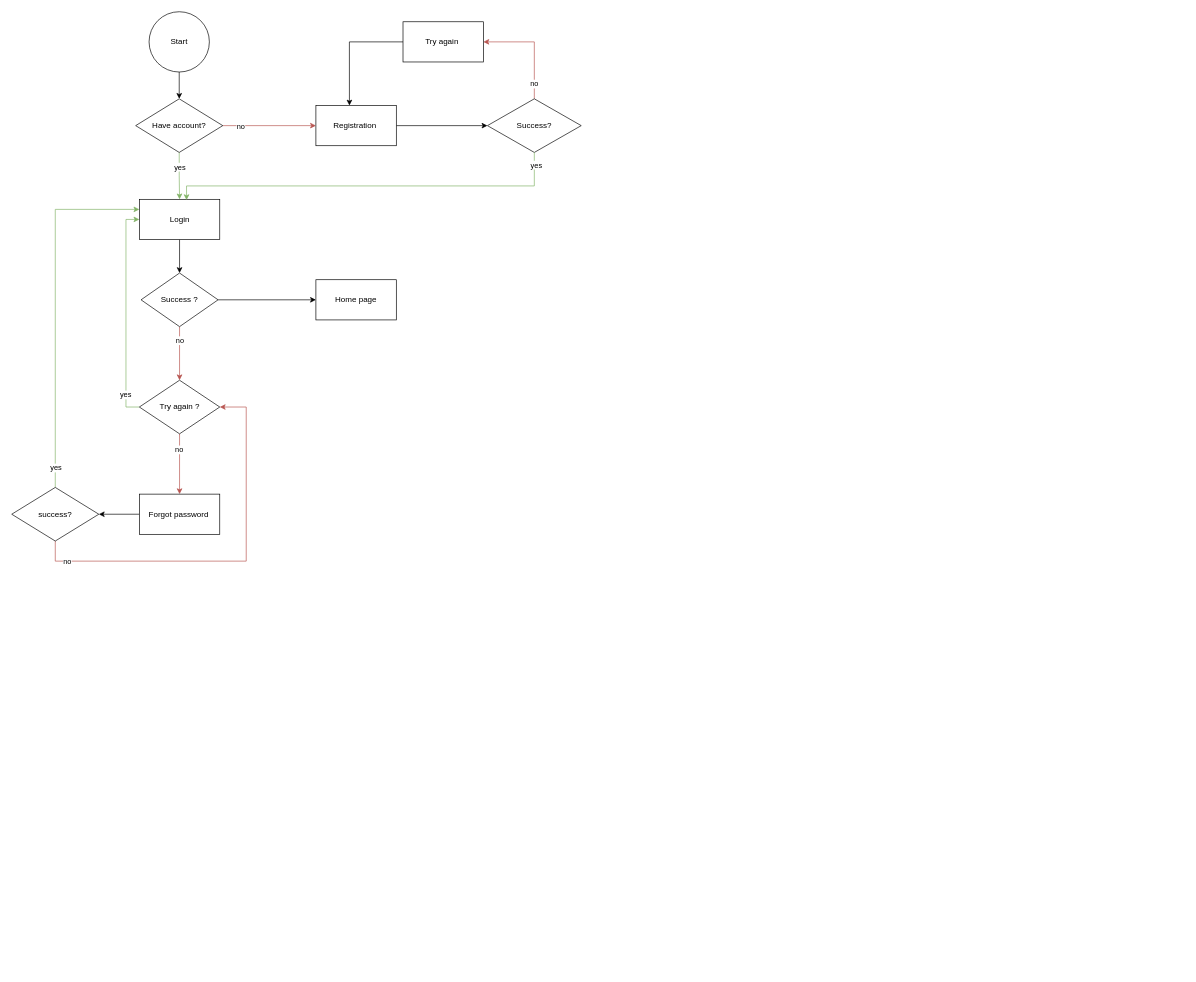
Before: Untitled Diagram.drawio in LisoingSem/testing-repos, a draw.io diagram. Source tidied: cells renumbered, new cells numbered last; positions are measured from the earlier drawing's top-left corner, leaving out a move shared by most shapes. Both pictures are drawn from the tidied source at 67%, with x=0, y=0 at pixel (11, 11).
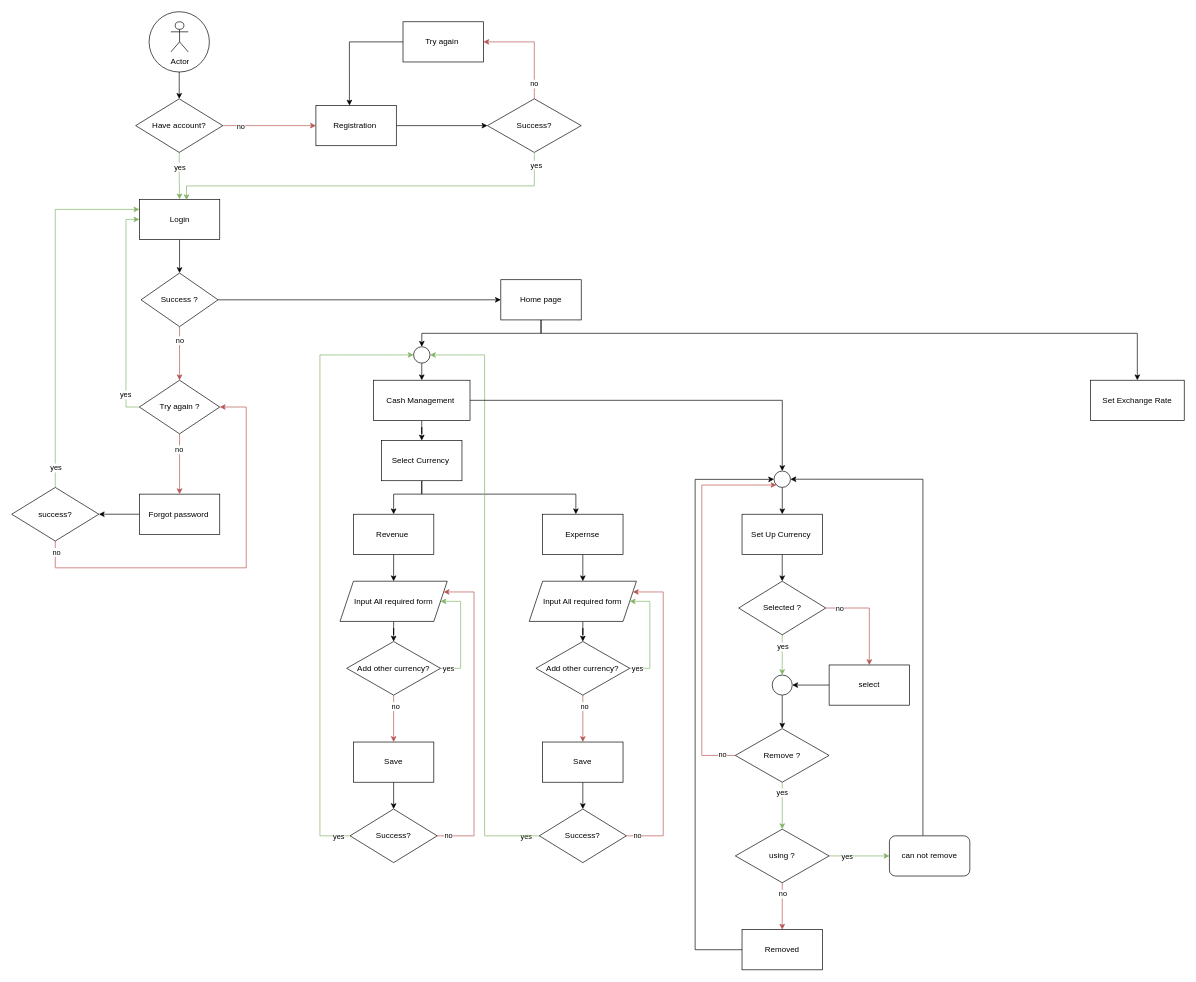
After the change.

Unchanged cells that the change refers to:
```xml
<mxCell id="25" value="Try again ?" style="rhombus;whiteSpace=wrap;html=1;" parent="1" vertex="1">
  <mxGeometry x="190.5" y="550" width="120" height="80" as="geometry" />
</mxCell>
<mxCell id="32" value="success?" style="rhombus;whiteSpace=wrap;html=1;" parent="1" vertex="1">
  <mxGeometry y="710" width="130" height="80" as="geometry" />
</mxCell>
```

What changed in the source:
```diff
@@
-    <mxCell id="3" value="Start" style="ellipse;whiteSpace=wrap;html=1;" parent="1" vertex="1">
+    <mxCell id="3" style="ellipse;whiteSpace=wrap;html=1;" parent="1" vertex="1">
       <mxGeometry x="205" width="90" height="90" as="geometry" />
     </mxCell>
@@
+    <mxCell id="37" style="edgeStyle=orthogonalEdgeStyle;rounded=0;jettySize=auto;html=1;entryX=0.5;entryY=0;entryDx=0;entryDy=0;" parent="1" edge="1" source="43" target="41">
+      <mxGeometry relative="1" as="geometry">
+        <Array as="points">
+          <mxPoint x="612" y="510" />
+        </Array>
+      </mxGeometry>
+    </mxCell>
+    <mxCell id="38" style="edgeStyle=orthogonalEdgeStyle;rounded=0;jettySize=auto;html=1;entryX=0.5;entryY=0;entryDx=0;entryDy=0;" parent="1" edge="1" source="16" target="107">
+      <mxGeometry relative="1" as="geometry">
+        <Array as="points">
+          <mxPoint x="790" y="480" />
+          <mxPoint x="1680" y="480" />
+        </Array>
+      </mxGeometry>
+    </mxCell>
     <mxCell id="16" value="Home page" style="rounded=0;whiteSpace=wrap;html=1;" parent="1" vertex="1">
-      <mxGeometry x="454" y="400" width="120" height="60" as="geometry" />
+      <mxGeometry x="730" y="400" width="120" height="60" as="geometry" />
     </mxCell>
@@
     <mxCell id="28" style="edgeStyle=orthogonalEdgeStyle;rounded=0;jettySize=auto;html=1;entryX=1;entryY=0.5;entryDx=0;entryDy=0;fillColor=#f8cecc;strokeColor=#b85450;" parent="1" edge="1" source="32" target="25">
       <mxGeometry relative="1" as="geometry">
         <Array as="points">
-          <mxPoint x="65" y="820" />
-          <mxPoint x="350" y="820" />
+          <mxPoint x="65" y="830" />
+          <mxPoint x="350" y="830" />
           <mxPoint x="350" y="590" />
         </Array>
       </mxGeometry>
     </mxCell>
     <mxCell id="29" value="no" style="edgeLabel;html=1;align=center;verticalAlign=middle;" parent="28" vertex="1">
       <mxGeometry x="-0.73" relative="1" as="geometry">
-        <mxPoint x="-32" as="offset" />
+        <mxPoint x="-41" y="-24" as="offset" />
       </mxGeometry>
     </mxCell>
@@
+    <mxCell id="39" value="Actor" style="shape=umlActor;verticalLabelPosition=bottom;verticalAlign=top;html=1;" parent="1" vertex="1">
+      <mxGeometry x="237.5" y="15" width="26" height="45" as="geometry" />
+    </mxCell>
+    <mxCell id="40" style="edgeStyle=orthogonalEdgeStyle;rounded=0;jettySize=auto;html=1;entryX=0.5;entryY=0;entryDx=0;entryDy=0;" parent="1" edge="1" source="41" target="46">
+      <mxGeometry relative="1" as="geometry" />
+    </mxCell>
+    <mxCell id="41" value="Cash Management&amp;nbsp;" style="rounded=0;whiteSpace=wrap;html=1;" parent="1" vertex="1">
+      <mxGeometry x="540" y="550" width="144" height="60" as="geometry" />
+    </mxCell>
+    <mxCell id="42" style="edgeStyle=orthogonalEdgeStyle;rounded=0;jettySize=auto;html=1;entryX=0.5;entryY=0;entryDx=0;entryDy=0;" parent="1" edge="1" source="16" target="43">
+      <mxGeometry relative="1" as="geometry">
+        <Array as="points">
+          <mxPoint x="790" y="480" />
+          <mxPoint x="612" y="480" />
+        </Array>
+      </mxGeometry>
+    </mxCell>
+    <mxCell id="43" style="ellipse;whiteSpace=wrap;html=1;" parent="1" vertex="1">
+      <mxGeometry x="599.8" y="500" width="24.5" height="24.5" as="geometry" />
+    </mxCell>
+    <mxCell id="44" style="edgeStyle=orthogonalEdgeStyle;rounded=0;jettySize=auto;html=1;entryX=0.5;entryY=0;entryDx=0;entryDy=0;" parent="1" edge="1" source="46" target="48">
+      <mxGeometry relative="1" as="geometry">
+        <Array as="points">
+          <mxPoint x="612" y="720" />
+          <mxPoint x="570" y="720" />
+        </Array>
+      </mxGeometry>
+    </mxCell>
+    <mxCell id="45" style="edgeStyle=orthogonalEdgeStyle;rounded=0;jettySize=auto;html=1;" parent="1" edge="1" source="46" target="64">
+      <mxGeometry relative="1" as="geometry">
+        <Array as="points">
+          <mxPoint x="612" y="720" />
+          <mxPoint x="842" y="720" />
+        </Array>
+      </mxGeometry>
+    </mxCell>
+    <mxCell id="46" value="Select Currency&amp;nbsp;" style="rounded=0;whiteSpace=wrap;html=1;" parent="1" vertex="1">
+      <mxGeometry x="552" y="640" width="120" height="60" as="geometry" />
+    </mxCell>
+    <mxCell id="47" style="edgeStyle=orthogonalEdgeStyle;rounded=0;jettySize=auto;html=1;" parent="1" edge="1" source="48" target="50">
+      <mxGeometry relative="1" as="geometry" />
+    </mxCell>
+    <mxCell id="48" value="Revenue&amp;nbsp;" style="rounded=0;whiteSpace=wrap;html=1;" parent="1" vertex="1">
+      <mxGeometry x="510" y="750" width="120" height="60" as="geometry" />
+    </mxCell>
+    <mxCell id="49" style="edgeStyle=orthogonalEdgeStyle;rounded=0;jettySize=auto;html=1;entryX=0.5;entryY=0;entryDx=0;entryDy=0;" parent="1" edge="1" source="50" target="55">
+      <mxGeometry relative="1" as="geometry" />
+    </mxCell>
+    <mxCell id="50" value="Input All required form" style="shape=parallelogram;perimeter=parallelogramPerimeter;whiteSpace=wrap;html=1;fixedSize=1;" parent="1" vertex="1">
+      <mxGeometry x="490" y="850" width="160" height="60" as="geometry" />
+    </mxCell>
+    <mxCell id="51" style="edgeStyle=orthogonalEdgeStyle;rounded=0;jettySize=auto;html=1;entryX=1;entryY=0.5;entryDx=0;entryDy=0;exitX=1;exitY=0.5;exitDx=0;exitDy=0;fillColor=#d5e8d4;strokeColor=#82b366;" parent="1" edge="1" source="55" target="50">
+      <mxGeometry relative="1" as="geometry">
+        <Array as="points">
+          <mxPoint x="670" y="980" />
+          <mxPoint x="670" y="880" />
+        </Array>
+      </mxGeometry>
+    </mxCell>
+    <mxCell id="52" value="yes" style="edgeLabel;html=1;align=center;verticalAlign=middle;" parent="51" vertex="1">
+      <mxGeometry x="-0.87" relative="1" as="geometry">
+        <mxPoint x="1" y="-1" as="offset" />
+      </mxGeometry>
+    </mxCell>
+    <mxCell id="53" style="edgeStyle=orthogonalEdgeStyle;rounded=0;jettySize=auto;html=1;fillColor=#f8cecc;strokeColor=#b85450;" parent="1" edge="1" source="55" target="57">
+      <mxGeometry relative="1" as="geometry" />
+    </mxCell>
+    <mxCell id="54" value="no" style="edgeLabel;html=1;align=center;verticalAlign=middle;" parent="53" vertex="1">
+      <mxGeometry x="-0.55" y="2" relative="1" as="geometry" />
+    </mxCell>
+    <mxCell id="55" value="Add other currency?" style="rhombus;whiteSpace=wrap;html=1;" parent="1" vertex="1">
+      <mxGeometry x="500" y="940" width="140" height="80" as="geometry" />
+    </mxCell>
+    <mxCell id="56" style="edgeStyle=orthogonalEdgeStyle;rounded=0;jettySize=auto;html=1;entryX=0.5;entryY=0;entryDx=0;entryDy=0;" parent="1" edge="1" source="57" target="62">
+      <mxGeometry relative="1" as="geometry" />
+    </mxCell>
+    <mxCell id="57" value="Save" style="rounded=0;whiteSpace=wrap;html=1;" parent="1" vertex="1">
+      <mxGeometry x="510" y="1090" width="120" height="60" as="geometry" />
+    </mxCell>
+    <mxCell id="58" style="edgeStyle=orthogonalEdgeStyle;rounded=0;jettySize=auto;html=1;entryX=1;entryY=0.25;entryDx=0;entryDy=0;fillColor=#f8cecc;strokeColor=#b85450;" parent="1" edge="1" source="62" target="50">
+      <mxGeometry relative="1" as="geometry">
+        <Array as="points">
+          <mxPoint x="690" y="1230" />
+          <mxPoint x="690" y="866" />
+        </Array>
+      </mxGeometry>
+    </mxCell>
+    <mxCell id="59" value="no" style="edgeLabel;html=1;align=center;verticalAlign=middle;" parent="58" vertex="1">
+      <mxGeometry x="-0.93" y="1" relative="1" as="geometry" />
+    </mxCell>
+    <mxCell id="60" style="edgeStyle=orthogonalEdgeStyle;rounded=0;jettySize=auto;html=1;entryX=0;entryY=0.5;entryDx=0;entryDy=0;fillColor=#d5e8d4;strokeColor=#82b366;" parent="1" edge="1" source="62" target="43">
+      <mxGeometry relative="1" as="geometry">
+        <Array as="points">
+          <mxPoint x="460" y="1230" />
+          <mxPoint x="460" y="512" />
+        </Array>
+      </mxGeometry>
+    </mxCell>
+    <mxCell id="61" value="yes" style="edgeLabel;html=1;align=center;verticalAlign=middle;" parent="60" vertex="1">
+      <mxGeometry x="-0.96" relative="1" as="geometry" />
+    </mxCell>
+    <mxCell id="62" value="Success?" style="rhombus;whiteSpace=wrap;html=1;" parent="1" vertex="1">
+      <mxGeometry x="505" y="1190" width="130" height="80" as="geometry" />
+    </mxCell>
+    <mxCell id="63" style="edgeStyle=orthogonalEdgeStyle;rounded=0;jettySize=auto;html=1;" parent="1" edge="1" source="64" target="66">
+      <mxGeometry relative="1" as="geometry" />
+    </mxCell>
+    <mxCell id="64" value="Expernse" style="rounded=0;whiteSpace=wrap;html=1;" parent="1" vertex="1">
+      <mxGeometry x="792.4" y="750" width="120" height="60" as="geometry" />
+    </mxCell>
+    <mxCell id="65" style="edgeStyle=orthogonalEdgeStyle;rounded=0;jettySize=auto;html=1;entryX=0.5;entryY=0;entryDx=0;entryDy=0;" parent="1" edge="1" source="66" target="71">
+      <mxGeometry relative="1" as="geometry" />
+    </mxCell>
+    <mxCell id="66" value="Input All required form" style="shape=parallelogram;perimeter=parallelogramPerimeter;whiteSpace=wrap;html=1;fixedSize=1;" parent="1" vertex="1">
+      <mxGeometry x="772.4" y="850" width="160" height="60" as="geometry" />
+    </mxCell>
+    <mxCell id="67" style="edgeStyle=orthogonalEdgeStyle;rounded=0;jettySize=auto;html=1;entryX=1;entryY=0.5;entryDx=0;entryDy=0;exitX=1;exitY=0.5;exitDx=0;exitDy=0;fillColor=#d5e8d4;strokeColor=#82b366;" parent="1" edge="1" source="71" target="66">
+      <mxGeometry relative="1" as="geometry">
+        <Array as="points">
+          <mxPoint x="952.4" y="980" />
+          <mxPoint x="952.4" y="880" />
+        </Array>
+      </mxGeometry>
+    </mxCell>
+    <mxCell id="68" value="yes" style="edgeLabel;html=1;align=center;verticalAlign=middle;" parent="67" vertex="1">
+      <mxGeometry x="-0.87" relative="1" as="geometry">
+        <mxPoint x="1" y="-1" as="offset" />
+      </mxGeometry>
+    </mxCell>
+    <mxCell id="69" style="edgeStyle=orthogonalEdgeStyle;rounded=0;jettySize=auto;html=1;fillColor=#f8cecc;strokeColor=#b85450;" parent="1" edge="1" source="71" target="73">
+      <mxGeometry relative="1" as="geometry" />
+    </mxCell>
+    <mxCell id="70" value="no" style="edgeLabel;html=1;align=center;verticalAlign=middle;" parent="69" vertex="1">
+      <mxGeometry x="-0.55" y="2" relative="1" as="geometry" />
+    </mxCell>
+    <mxCell id="71" value="Add other currency?" style="rhombus;whiteSpace=wrap;html=1;" parent="1" vertex="1">
+      <mxGeometry x="782.4" y="940" width="140" height="80" as="geometry" />
+    </mxCell>
+    <mxCell id="72" style="edgeStyle=orthogonalEdgeStyle;rounded=0;jettySize=auto;html=1;entryX=0.5;entryY=0;entryDx=0;entryDy=0;" parent="1" edge="1" source="73" target="78">
+      <mxGeometry relative="1" as="geometry" />
+    </mxCell>
+    <mxCell id="73" value="Save" style="rounded=0;whiteSpace=wrap;html=1;" parent="1" vertex="1">
+      <mxGeometry x="792.4" y="1090" width="120" height="60" as="geometry" />
+    </mxCell>
+    <mxCell id="74" style="edgeStyle=orthogonalEdgeStyle;rounded=0;jettySize=auto;html=1;entryX=1;entryY=0.25;entryDx=0;entryDy=0;fillColor=#f8cecc;strokeColor=#b85450;" parent="1" edge="1" source="78" target="66">
+      <mxGeometry relative="1" as="geometry">
+        <Array as="points">
+          <mxPoint x="972.4" y="1230" />
+          <mxPoint x="972.4" y="866" />
+        </Array>
+      </mxGeometry>
+    </mxCell>
+    <mxCell id="75" value="no" style="edgeLabel;html=1;align=center;verticalAlign=middle;" parent="74" vertex="1">
+      <mxGeometry x="-0.93" y="1" relative="1" as="geometry" />
+    </mxCell>
+    <mxCell id="76" value="yes" style="edgeLabel;html=1;align=center;verticalAlign=middle;" parent="1" vertex="1">
+      <mxGeometry x="767.5" y="1230.1" as="geometry" />
+    </mxCell>
+    <mxCell id="77" style="edgeStyle=orthogonalEdgeStyle;rounded=0;jettySize=auto;html=1;entryX=1;entryY=0.5;entryDx=0;entryDy=0;fillColor=#d5e8d4;strokeColor=#82b366;" parent="1" edge="1" source="78" target="43">
+      <mxGeometry relative="1" as="geometry" />
+    </mxCell>
+    <mxCell id="78" value="Success?" style="rhombus;whiteSpace=wrap;html=1;" parent="1" vertex="1">
+      <mxGeometry x="787.4" y="1190" width="130" height="80" as="geometry" />
+    </mxCell>
+    <mxCell id="79" style="edgeStyle=orthogonalEdgeStyle;rounded=0;jettySize=auto;html=1;entryX=0.5;entryY=0;entryDx=0;entryDy=0;" parent="1" edge="1" source="80" target="85">
+      <mxGeometry relative="1" as="geometry" />
+    </mxCell>
+    <mxCell id="80" value="Set Up Currency&amp;nbsp;" style="rounded=0;whiteSpace=wrap;html=1;" parent="1" vertex="1">
+      <mxGeometry x="1090" y="750" width="120" height="60" as="geometry" />
+    </mxCell>
+    <mxCell id="81" style="edgeStyle=orthogonalEdgeStyle;rounded=0;jettySize=auto;html=1;fillColor=#f8cecc;strokeColor=#b85450;" parent="1" edge="1" source="85" target="87">
+      <mxGeometry relative="1" as="geometry" />
+    </mxCell>
+    <mxCell id="82" value="no" style="edgeLabel;html=1;align=center;verticalAlign=middle;" parent="81" vertex="1">
+      <mxGeometry x="-0.74" relative="1" as="geometry" />
+    </mxCell>
+    <mxCell id="83" style="edgeStyle=orthogonalEdgeStyle;rounded=0;jettySize=auto;html=1;fillColor=#d5e8d4;strokeColor=#82b366;" parent="1" edge="1" source="85">
+      <mxGeometry relative="1" as="geometry">
+        <mxPoint x="1150" y="990" as="targetPoint" />
+      </mxGeometry>
+    </mxCell>
+    <mxCell id="84" value="yes" style="edgeLabel;html=1;align=center;verticalAlign=middle;" parent="83" vertex="1">
+      <mxGeometry x="-0.45" relative="1" as="geometry" />
+    </mxCell>
+    <mxCell id="85" value="Selected ?" style="rhombus;whiteSpace=wrap;html=1;" parent="1" vertex="1">
+      <mxGeometry x="1085" y="850" width="130" height="80" as="geometry" />
+    </mxCell>
+    <mxCell id="86" style="edgeStyle=orthogonalEdgeStyle;rounded=0;jettySize=auto;html=1;entryX=1;entryY=0.5;entryDx=0;entryDy=0;" parent="1" edge="1" source="87" target="94">
+      <mxGeometry relative="1" as="geometry" />
+    </mxCell>
+    <mxCell id="87" value="select&lt;br&gt;" style="rounded=0;whiteSpace=wrap;html=1;" parent="1" vertex="1">
+      <mxGeometry x="1220" y="975" width="120" height="60" as="geometry" />
+    </mxCell>
+    <mxCell id="88" style="edgeStyle=orthogonalEdgeStyle;rounded=0;jettySize=auto;html=1;" parent="1" edge="1" source="94" target="93">
+      <mxGeometry relative="1" as="geometry" />
+    </mxCell>
+    <mxCell id="89" style="edgeStyle=orthogonalEdgeStyle;rounded=0;jettySize=auto;html=1;fillColor=#f8cecc;strokeColor=#b85450;entryX=0;entryY=1;entryDx=0;entryDy=0;" parent="1" edge="1" source="93" target="97">
+      <mxGeometry relative="1" as="geometry">
+        <Array as="points">
+          <mxPoint x="1030" y="1110" />
+          <mxPoint x="1030" y="706" />
+        </Array>
+      </mxGeometry>
+    </mxCell>
+    <mxCell id="90" value="no" style="edgeLabel;html=1;align=center;verticalAlign=middle;" parent="89" vertex="1">
+      <mxGeometry x="-0.93" relative="1" as="geometry">
+        <mxPoint y="-2" as="offset" />
+      </mxGeometry>
+    </mxCell>
+    <mxCell id="91" style="edgeStyle=orthogonalEdgeStyle;rounded=0;jettySize=auto;html=1;entryX=0.5;entryY=0;entryDx=0;entryDy=0;fillColor=#d5e8d4;strokeColor=#82b366;" parent="1" edge="1" source="93" target="102">
+      <mxGeometry relative="1" as="geometry" />
+    </mxCell>
+    <mxCell id="92" value="yes" style="edgeLabel;html=1;align=center;verticalAlign=middle;" parent="91" vertex="1">
+      <mxGeometry x="-0.56" y="-1" relative="1" as="geometry" />
+    </mxCell>
+    <mxCell id="93" value="Remove ?" style="rhombus;whiteSpace=wrap;html=1;" parent="1" vertex="1">
+      <mxGeometry x="1080" y="1070" width="140" height="80" as="geometry" />
+    </mxCell>
+    <mxCell id="94" style="ellipse;whiteSpace=wrap;html=1;" parent="1" vertex="1">
+      <mxGeometry x="1135" y="990" width="30" height="30" as="geometry" />
+    </mxCell>
+    <mxCell id="95" style="edgeStyle=orthogonalEdgeStyle;rounded=0;jettySize=auto;html=1;entryX=0.5;entryY=0;entryDx=0;entryDy=0;exitX=1;exitY=0.5;exitDx=0;exitDy=0;" parent="1" edge="1" source="41" target="97">
+      <mxGeometry relative="1" as="geometry" />
+    </mxCell>
+    <mxCell id="96" style="edgeStyle=orthogonalEdgeStyle;rounded=0;jettySize=auto;html=1;entryX=0.5;entryY=0;entryDx=0;entryDy=0;" parent="1" edge="1" source="97" target="80">
+      <mxGeometry relative="1" as="geometry" />
+    </mxCell>
+    <mxCell id="97" style="ellipse;whiteSpace=wrap;html=1;" parent="1" vertex="1">
+      <mxGeometry x="1137.8" y="685.5" width="24.5" height="24.5" as="geometry" />
+    </mxCell>
+    <mxCell id="98" style="edgeStyle=orthogonalEdgeStyle;rounded=0;jettySize=auto;html=1;entryX=0.5;entryY=0;entryDx=0;entryDy=0;fillColor=#f8cecc;strokeColor=#b85450;" parent="1" edge="1" source="102" target="104">
+      <mxGeometry relative="1" as="geometry" />
+    </mxCell>
+    <mxCell id="99" value="no" style="edgeLabel;html=1;align=center;verticalAlign=middle;" parent="98" vertex="1">
+      <mxGeometry x="-0.54" relative="1" as="geometry" />
+    </mxCell>
+    <mxCell id="100" style="edgeStyle=orthogonalEdgeStyle;rounded=0;jettySize=auto;html=1;entryX=0;entryY=0.5;entryDx=0;entryDy=0;fillColor=#d5e8d4;strokeColor=#82b366;" parent="1" edge="1" source="102" target="106">
+      <mxGeometry relative="1" as="geometry" />
+    </mxCell>
+    <mxCell id="101" value="yes" style="edgeLabel;html=1;align=center;verticalAlign=middle;" parent="100" vertex="1">
+      <mxGeometry x="-0.42" relative="1" as="geometry" />
+    </mxCell>
+    <mxCell id="102" value="using ?" style="rhombus;whiteSpace=wrap;html=1;" parent="1" vertex="1">
+      <mxGeometry x="1080" y="1220" width="140" height="80" as="geometry" />
+    </mxCell>
+    <mxCell id="103" style="edgeStyle=orthogonalEdgeStyle;rounded=0;jettySize=auto;html=1;entryX=0;entryY=0.5;entryDx=0;entryDy=0;" parent="1" edge="1" source="104" target="97">
+      <mxGeometry relative="1" as="geometry">
+        <Array as="points">
+          <mxPoint x="1020" y="1400" />
+          <mxPoint x="1020" y="698" />
+          <mxPoint x="1130" y="698" />
+        </Array>
+      </mxGeometry>
+    </mxCell>
+    <mxCell id="104" value="Removed" style="rounded=0;whiteSpace=wrap;html=1;" parent="1" vertex="1">
+      <mxGeometry x="1090" y="1370" width="120" height="60" as="geometry" />
+    </mxCell>
+    <mxCell id="105" style="edgeStyle=orthogonalEdgeStyle;rounded=0;jettySize=auto;html=1;entryX=1;entryY=0.5;entryDx=0;entryDy=0;" parent="1" edge="1" source="106" target="97">
+      <mxGeometry relative="1" as="geometry">
+        <Array as="points">
+          <mxPoint x="1360" y="698" />
+        </Array>
+      </mxGeometry>
+    </mxCell>
+    <mxCell id="106" value="can not remove" style="rounded=1;whiteSpace=wrap;html=1;" parent="1" vertex="1">
+      <mxGeometry x="1310" y="1230" width="120" height="60" as="geometry" />
+    </mxCell>
+    <mxCell id="107" value="Set Exchange Rate" style="rounded=0;whiteSpace=wrap;html=1;" parent="1" vertex="1">
+      <mxGeometry x="1610" y="550" width="140" height="60" as="geometry" />
+    </mxCell>
```
